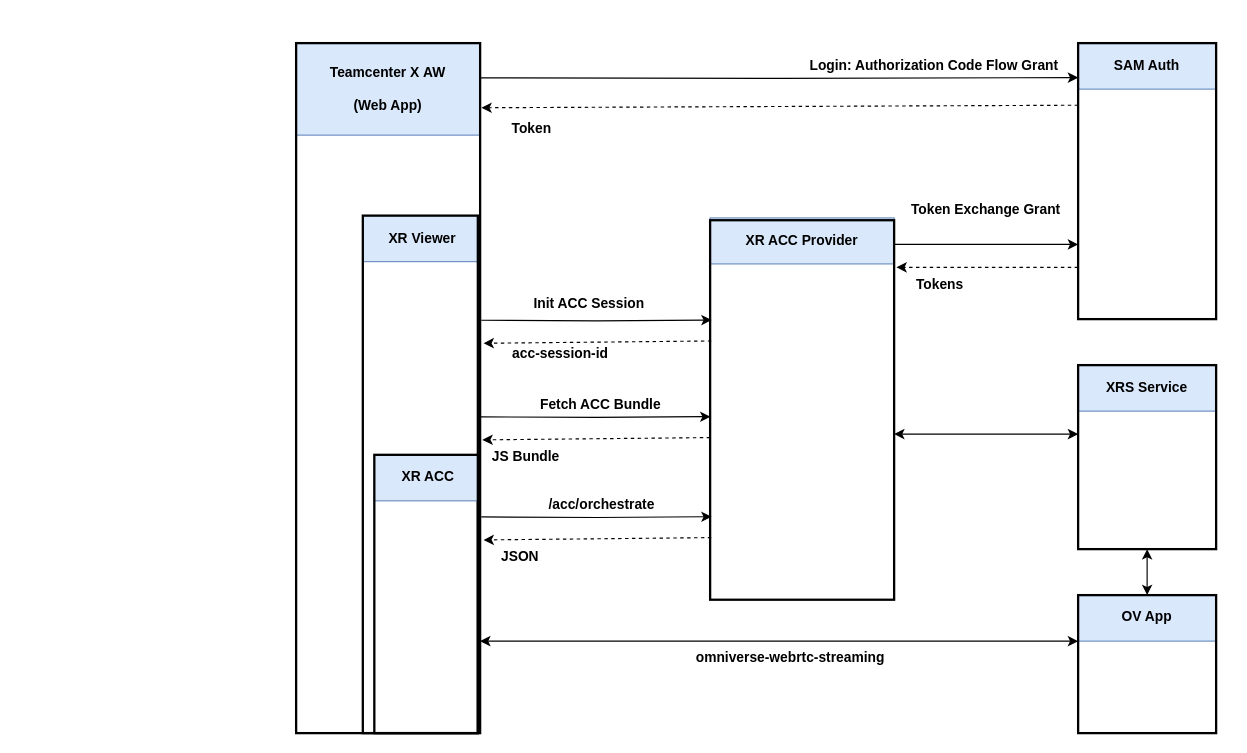
The draw.io diagram page "Page-1" (1 of 2) of Untitled Diagram.drawio in franksoong/001_diagramming, before the edit. Source tidied: cells renumbered, new cells numbered last; positions are measured from the earlier drawing's top-left corner, leaving out a move shared by most shapes. Both pictures are drawn from the tidied source at 115%, with x=0, y=0 at pixel (290, 43).
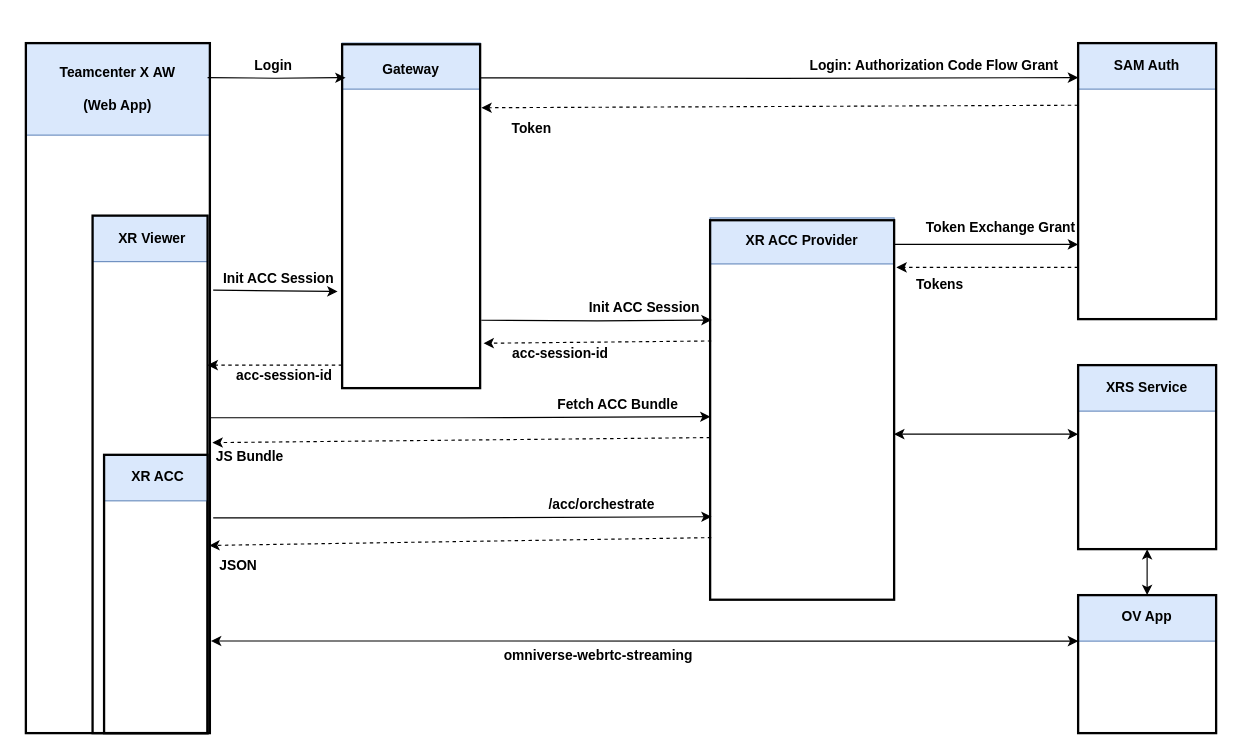
The same page after the edit.

What changed in the source:
```diff
@@
+    <mxCell id="48" style="group;" parent="1" vertex="1">
+      <mxGeometry x="45" y="-20" width="120" height="600" as="geometry" />
+    </mxCell>
+    <mxCell id="49" style="rounded=0;whiteSpace=wrap;html=1;strokeColor=#6c8ebf;fillColor=#dae8fc;" parent="48" vertex="1">
+      <mxGeometry y="20" width="120" height="40" as="geometry" />
+    </mxCell>
+    <mxCell id="50" style="rounded=0;whiteSpace=wrap;html=1;fillColor=none;strokeWidth=2;" parent="48" vertex="1">
+      <mxGeometry y="21" width="120" height="299" as="geometry" />
+    </mxCell>
+    <mxCell id="51" value="&lt;b&gt;Gateway&lt;/b&gt;" style="text;html=1;align=center;verticalAlign=middle;whiteSpace=wrap;rounded=0;" parent="48" vertex="1">
+      <mxGeometry x="30" y="34.5" width="60" height="17.5" as="geometry" />
+    </mxCell>
+    <mxCell id="52" value="&lt;b&gt;acc-session-id&lt;/b&gt;" style="text;html=1;align=center;verticalAlign=middle;whiteSpace=wrap;rounded=0;" parent="48" vertex="1">
+      <mxGeometry x="-105" y="294" width="110" height="30" as="geometry" />
+    </mxCell>
+    <mxCell id="53" style="endArrow=classic;html=1;rounded=0;entryX=1.013;entryY=0.084;entryDx=0;entryDy=0;entryPerimeter=0;dashed=1;" parent="48" edge="1">
+      <mxGeometry relative="1" as="geometry">
+        <mxPoint y="300" as="sourcePoint" />
+        <mxPoint x="-117" y="300" as="targetPoint" />
+      </mxGeometry>
+    </mxCell>
     <mxCell id="2" style="rounded=0;whiteSpace=wrap;html=1;strokeColor=#6c8ebf;fillColor=#dae8fc;" parent="1" vertex="1">
-      <mxGeometry x="5" width="160" height="80" as="geometry" />
+      <mxGeometry x="-230" width="160" height="80" as="geometry" />
     </mxCell>
     <mxCell id="3" style="rounded=0;whiteSpace=wrap;html=1;strokeColor=#6c8ebf;fillColor=#dae8fc;" parent="1" vertex="1">
-      <mxGeometry x="63" y="150" width="100" height="40" as="geometry" />
+      <mxGeometry x="-172" y="150" width="100" height="40" as="geometry" />
     </mxCell>
     <mxCell id="4" style="rounded=0;whiteSpace=wrap;html=1;fillColor=none;strokeWidth=2;" parent="1" vertex="1">
-      <mxGeometry x="63" y="150" width="100" height="450" as="geometry" />
+      <mxGeometry x="-172" y="150" width="100" height="450" as="geometry" />
     </mxCell>
     <mxCell id="5" style="rounded=0;whiteSpace=wrap;html=1;fillColor=none;strokeWidth=2;" parent="1" vertex="1">
-      <mxGeometry x="5" width="160" height="600" as="geometry" />
+      <mxGeometry x="-230" width="160" height="600" as="geometry" />
     </mxCell>
     <mxCell id="6" style="rounded=0;whiteSpace=wrap;html=1;strokeColor=#6c8ebf;fillColor=#dae8fc;" parent="1" vertex="1">
-      <mxGeometry x="73" y="358" width="90" height="40" as="geometry" />
+      <mxGeometry x="-162" y="358" width="90" height="40" as="geometry" />
     </mxCell>
@@
     <mxCell id="21" value="&lt;b&gt;Init ACC Session&lt;/b&gt;" style="text;html=1;align=center;verticalAlign=middle;whiteSpace=wrap;rounded=0;" parent="1" vertex="1">
-      <mxGeometry x="155" y="212" width="210" height="30" as="geometry" />
+      <mxGeometry x="203" y="215" width="210" height="30" as="geometry" />
     </mxCell>
@@
-    <mxCell id="23" style="edgeStyle=orthogonalEdgeStyle;rounded=0;orthogonalLoop=1;jettySize=auto;html=1;exitX=1;exitY=0.75;exitDx=0;exitDy=0;entryX=0.002;entryY=0.329;entryDx=0;entryDy=0;entryPerimeter=0;" parent="1" edge="1">
+    <mxCell id="23" style="edgeStyle=orthogonalEdgeStyle;rounded=0;jettySize=auto;html=1;exitX=1.001;exitY=0.543;exitDx=0;exitDy=0;entryX=0.002;entryY=0.329;entryDx=0;entryDy=0;entryPerimeter=0;exitPerimeter=0;" parent="1" edge="1" source="5">
       <mxGeometry relative="1" as="geometry">
-        <mxPoint x="165" y="325" as="sourcePoint" />
         <mxPoint x="365.3" y="324.8" as="targetPoint" />
       </mxGeometry>
     </mxCell>
-    <mxCell id="24" style="endArrow=classic;html=1;rounded=0;entryX=1.013;entryY=0.084;entryDx=0;entryDy=0;entryPerimeter=0;dashed=1;" parent="1" edge="1">
+    <mxCell id="24" style="endArrow=classic;html=1;rounded=0;entryX=1.014;entryY=0.579;entryDx=0;entryDy=0;entryPerimeter=0;dashed=1;" parent="1" edge="1" target="5">
       <mxGeometry relative="1" as="geometry">
         <mxPoint x="365" y="343" as="sourcePoint" />
-        <mxPoint x="167" y="345" as="targetPoint" />
       </mxGeometry>
     </mxCell>
     <mxCell id="25" value="&lt;b&gt;Fetch ACC Bundle&lt;/b&gt;" style="text;html=1;align=center;verticalAlign=middle;whiteSpace=wrap;rounded=0;" parent="1" vertex="1">
-      <mxGeometry x="180" y="300" width="180" height="30" as="geometry" />
+      <mxGeometry x="195" y="300" width="180" height="30" as="geometry" />
     </mxCell>
     <mxCell id="26" value="&lt;b&gt;JS Bundle&lt;/b&gt;" style="text;html=1;align=center;verticalAlign=middle;whiteSpace=wrap;rounded=0;" parent="1" vertex="1">
-      <mxGeometry x="155" y="345" width="100" height="30" as="geometry" />
+      <mxGeometry x="-85" y="345" width="100" height="30" as="geometry" />
     </mxCell>
@@
     <mxCell id="31" value="&lt;b&gt;XR Viewer&lt;/b&gt;" style="text;html=1;align=center;verticalAlign=middle;whiteSpace=wrap;rounded=0;" parent="1" vertex="1">
-      <mxGeometry x="80.5" y="155" width="67.5" height="30" as="geometry" />
+      <mxGeometry x="-154.5" y="155" width="67.5" height="30" as="geometry" />
     </mxCell>
     <mxCell id="32" value="&lt;b&gt;Teamcenter X&amp;nbsp;&lt;/b&gt;&lt;b&gt;AW&lt;/b&gt;&lt;div&gt;&lt;b&gt;&lt;br&gt;&lt;/b&gt;&lt;/div&gt;&lt;div&gt;&lt;b&gt;(&lt;/b&gt;&lt;b style=&quot;background-color: initial;&quot;&gt;Web App&lt;/b&gt;&lt;b style=&quot;background-color: initial;&quot;&gt;)&lt;/b&gt;&lt;/div&gt;" style="text;html=1;align=center;verticalAlign=middle;whiteSpace=wrap;rounded=0;" parent="1" vertex="1">
-      <mxGeometry y="12.5" width="170" height="55" as="geometry" />
+      <mxGeometry x="-235" y="12.5" width="170" height="55" as="geometry" />
     </mxCell>
@@
     <mxCell id="34" value="&lt;b&gt;Token Exchange Grant&lt;/b&gt;" style="text;html=1;align=center;verticalAlign=middle;whiteSpace=wrap;rounded=0;" parent="1" vertex="1">
-      <mxGeometry x="535" y="130" width="140" height="30" as="geometry" />
+      <mxGeometry x="548" y="146" width="140" height="30" as="geometry" />
     </mxCell>
@@
     <mxCell id="40" style="rounded=0;whiteSpace=wrap;html=1;fillColor=none;strokeWidth=2;" parent="1" vertex="1">
-      <mxGeometry x="73" y="358" width="90" height="242" as="geometry" />
+      <mxGeometry x="-162" y="358" width="90" height="242" as="geometry" />
     </mxCell>
-    <mxCell id="41" style="edgeStyle=orthogonalEdgeStyle;rounded=0;orthogonalLoop=1;jettySize=auto;html=1;exitX=1;exitY=0.75;exitDx=0;exitDy=0;entryX=0.002;entryY=0.329;entryDx=0;entryDy=0;entryPerimeter=0;" parent="1" edge="1">
+    <mxCell id="41" style="edgeStyle=orthogonalEdgeStyle;rounded=0;jettySize=auto;html=1;exitX=1.018;exitY=0.688;exitDx=0;exitDy=0;entryX=0.002;entryY=0.329;entryDx=0;entryDy=0;entryPerimeter=0;exitPerimeter=0;" parent="1" edge="1" source="5">
       <mxGeometry relative="1" as="geometry">
-        <mxPoint x="166" y="412" as="sourcePoint" />
         <mxPoint x="366.3" y="411.8" as="targetPoint" />
       </mxGeometry>
     </mxCell>
-    <mxCell id="42" style="endArrow=classic;html=1;rounded=0;entryX=1.013;entryY=0.084;entryDx=0;entryDy=0;entryPerimeter=0;dashed=1;" parent="1" edge="1">
+    <mxCell id="42" style="endArrow=classic;html=1;rounded=0;entryX=0.997;entryY=0.728;entryDx=0;entryDy=0;entryPerimeter=0;dashed=1;" parent="1" edge="1" target="5">
       <mxGeometry relative="1" as="geometry">
         <mxPoint x="366" y="430" as="sourcePoint" />
-        <mxPoint x="168" y="432" as="targetPoint" />
       </mxGeometry>
     </mxCell>
@@
     <mxCell id="44" value="&lt;b&gt;JSON&lt;/b&gt;" style="text;html=1;align=center;verticalAlign=middle;whiteSpace=wrap;rounded=0;" parent="1" vertex="1">
-      <mxGeometry x="150" y="432" width="100" height="30" as="geometry" />
+      <mxGeometry x="-95" y="440" width="100" height="30" as="geometry" />
     </mxCell>
-    <mxCell id="45" style="endArrow=classic;startArrow=classic;html=1;rounded=0;" parent="1" edge="1">
+    <mxCell id="45" style="endArrow=classic;startArrow=classic;html=1;rounded=0;exitX=1.033;exitY=0.669;exitDx=0;exitDy=0;exitPerimeter=0;" parent="1" edge="1" source="40">
       <mxGeometry relative="1" as="geometry">
-        <mxPoint x="165" y="520" as="sourcePoint" />
         <mxPoint x="685" y="520" as="targetPoint" />
       </mxGeometry>
     </mxCell>
     <mxCell id="46" value="&lt;b&gt;XR ACC&lt;/b&gt;" style="text;html=1;align=center;verticalAlign=middle;whiteSpace=wrap;rounded=0;" parent="1" vertex="1">
-      <mxGeometry x="70" y="350" width="100" height="53" as="geometry" />
+      <mxGeometry x="-165" y="350" width="100" height="53" as="geometry" />
     </mxCell>
     <mxCell id="47" value="&lt;b&gt;omniverse-webrtc-streaming&lt;/b&gt;" style="text;html=1;align=center;verticalAlign=middle;whiteSpace=wrap;rounded=0;" parent="1" vertex="1">
-      <mxGeometry x="225" y="520" width="420" height="30" as="geometry" />
+      <mxGeometry x="58" y="518" width="420" height="30" as="geometry" />
     </mxCell>
+    <mxCell id="54" style="edgeStyle=orthogonalEdgeStyle;rounded=0;jettySize=auto;html=1;exitX=1;exitY=0.75;exitDx=0;exitDy=0;entryX=0.025;entryY=0.097;entryDx=0;entryDy=0;entryPerimeter=0;" parent="1" edge="1" target="50">
+      <mxGeometry relative="1" as="geometry">
+        <mxPoint x="-72" y="30" as="sourcePoint" />
+      </mxGeometry>
+    </mxCell>
+    <mxCell id="55" value="&lt;b&gt;Login&lt;/b&gt;" style="text;html=1;align=center;verticalAlign=middle;strokeColor=none;fillColor=none;" parent="1" vertex="1">
+      <mxGeometry x="-45" y="5" width="60" height="30" as="geometry" />
+    </mxCell>
+    <mxCell id="56" value="&lt;b&gt;Init ACC Session&lt;/b&gt;" style="text;html=1;align=center;verticalAlign=middle;whiteSpace=wrap;rounded=0;" parent="1" vertex="1">
+      <mxGeometry x="-65" y="190" width="110" height="30" as="geometry" />
+    </mxCell>
+    <mxCell id="57" style="endArrow=classic;html=1;rounded=0;exitX=1.018;exitY=0.358;exitDx=0;exitDy=0;exitPerimeter=0;entryX=-0.033;entryY=0.719;entryDx=0;entryDy=0;entryPerimeter=0;" parent="1" edge="1" source="5" target="50">
+      <mxGeometry relative="1" as="geometry" />
+    </mxCell>
```
